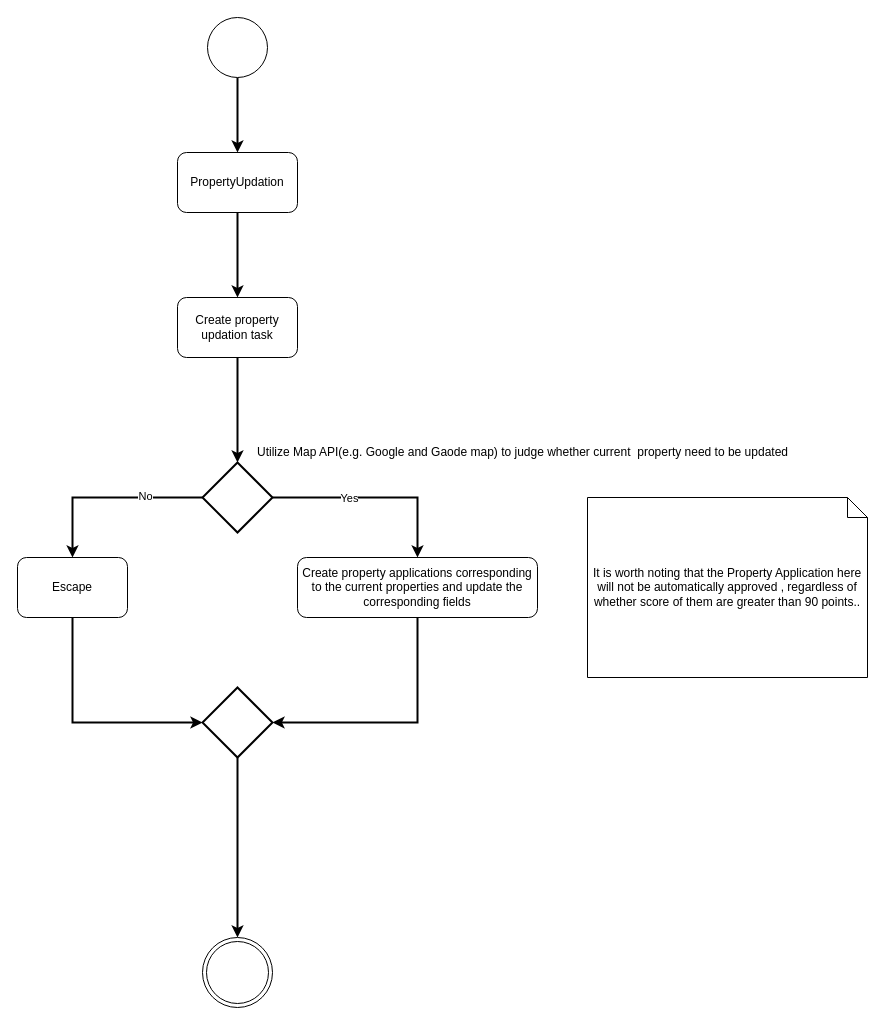
maoqifan1/drawio keeps this draw.io diagram as gpd.drawio. Above is the earlier version. Source tidied: cells renumbered, new cells numbered last; positions are measured from the earlier drawing's top-left corner, leaving out a move shared by most shapes. Both pictures are drawn from the tidied source at 100%, with x=0, y=0 at pixel (17, 17).
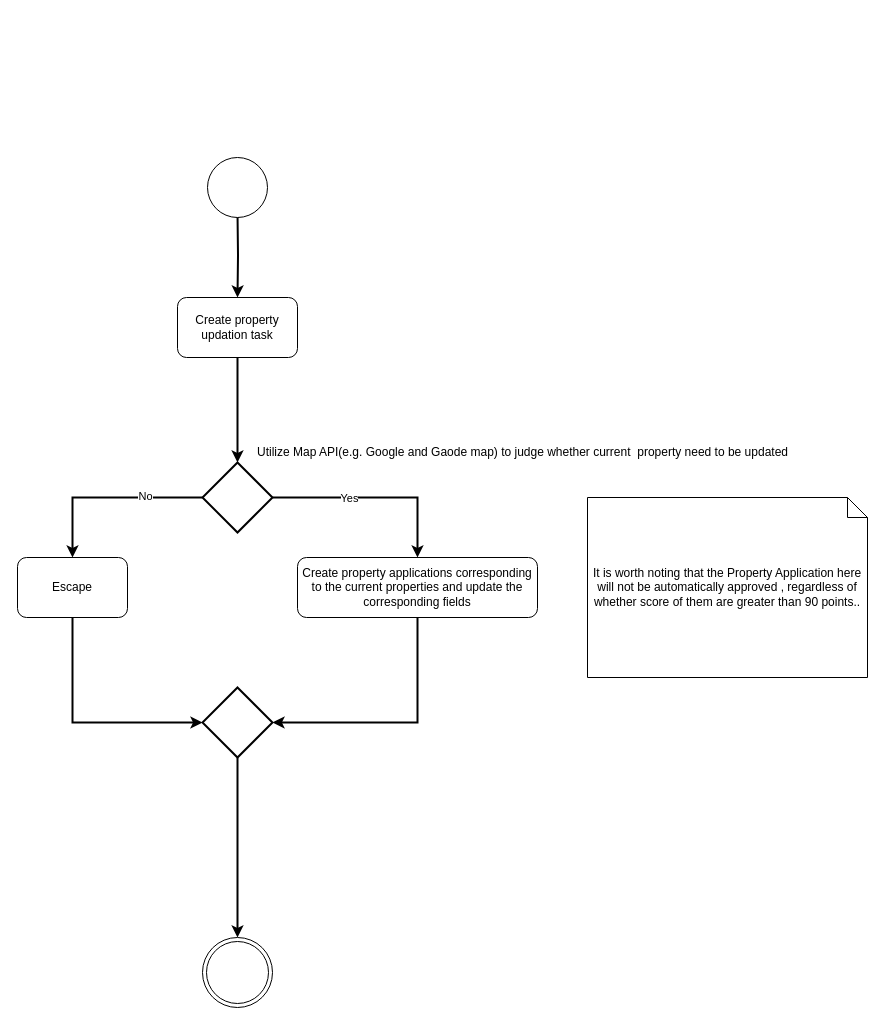
Above is the later version.

The change refers to these unchanged cells:
```xml
<mxCell id="5" value="Create property updation task" style="rounded=1;whiteSpace=wrap;html=1;" parent="1" vertex="1">
  <mxGeometry x="160" y="280" width="120" height="60" as="geometry" />
</mxCell>
```

Change to the diagram source:
```diff
@@
-    <mxCell id="2" style="edgeStyle=orthogonalEdgeStyle;rounded=0;jettySize=auto;html=1;exitX=0.5;exitY=1;exitDx=0;exitDy=0;strokeWidth=2;" parent="1" edge="1" source="3" target="5">
-      <mxGeometry relative="1" as="geometry" />
+    <mxCell id="2" style="edgeStyle=orthogonalEdgeStyle;rounded=0;jettySize=auto;html=1;exitX=0.5;exitY=1;exitDx=0;exitDy=0;strokeWidth=2;" parent="1" edge="1" target="5">
+      <mxGeometry relative="1" as="geometry">
+        <mxPoint x="220" y="195" as="sourcePoint" />
+      </mxGeometry>
     </mxCell>
-    <mxCell id="3" value="PropertyUpdation" style="rounded=1;whiteSpace=wrap;html=1;" parent="1" vertex="1">
-      <mxGeometry x="160" y="135" width="120" height="60" as="geometry" />
-    </mxCell>
@@
-    <mxCell id="17" style="edgeStyle=orthogonalEdgeStyle;rounded=0;jettySize=auto;html=1;exitX=0.5;exitY=1;exitDx=0;exitDy=0;entryX=0.5;entryY=0;entryDx=0;entryDy=0;strokeWidth=2;" parent="1" edge="1" source="18" target="3">
-      <mxGeometry relative="1" as="geometry" />
-    </mxCell>
     <mxCell id="18" style="ellipse;whiteSpace=wrap;html=1;" parent="1" vertex="1">
-      <mxGeometry x="190" width="60" height="60" as="geometry" />
+      <mxGeometry x="190" y="140" width="60" height="60" as="geometry" />
     </mxCell>
```
